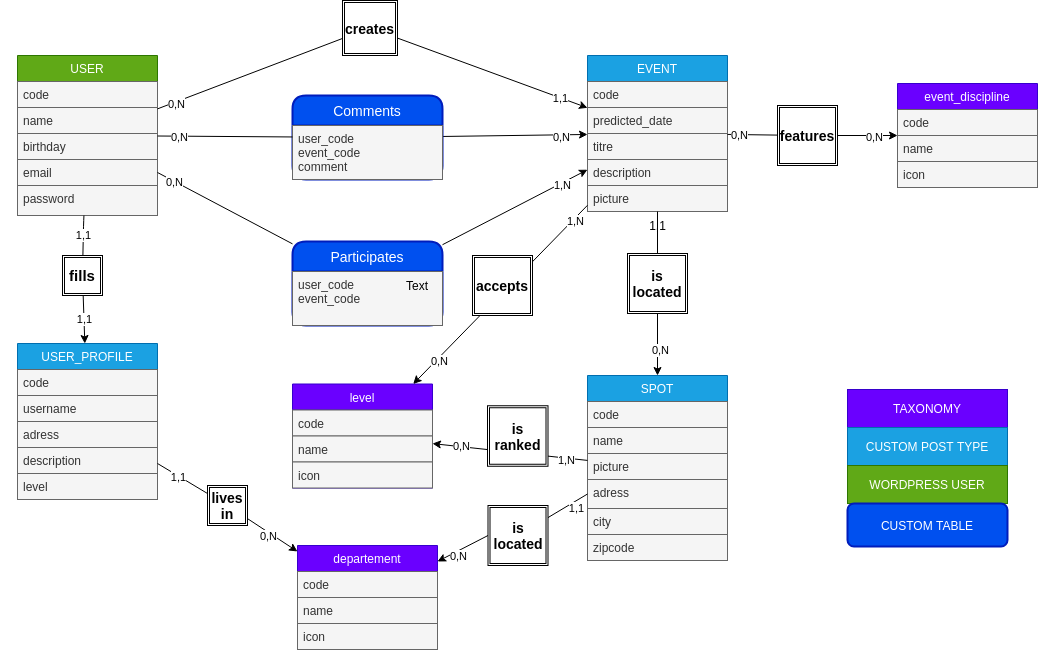
Earlier version of the draw.io export conception/mcdMVP2.png (sarahBarbotin/mirror-hotspot). Source tidied: cells renumbered, new cells last; positions are measured from the earlier drawing's top-left corner, leaving out a move shared by most shapes.
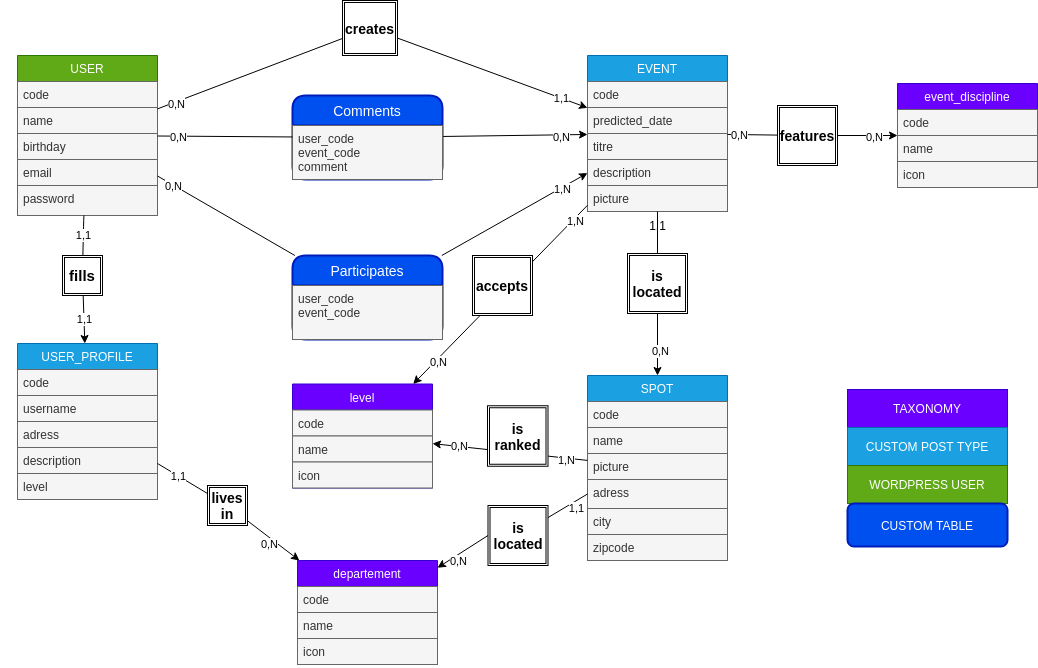
After the change.

Commit message:
s-docs-conception-mcd mvp v3 chore

What changed in the source:
```diff
@@ -93,7 +93,7 @@
       <mxGeometry x="0.64" y="-1" relative="1" as="geometry" />
     </mxCell>
     <mxCell id="31" value="Participates" style="swimlane;horizontal=1;startSize=30;rounded=1;fontSize=14;fontStyle=0;strokeWidth=2;shadow=0;dashed=0;align=center;fillColor=#0050ef;strokeColor=#001DBC;fontColor=#ffffff;" parent="1" vertex="1">
-      <mxGeometry x="285" y="241" width="150" height="84" as="geometry" />
+      <mxGeometry x="285" y="255" width="150" height="84" as="geometry" />
     </mxCell>
     <mxCell id="32" value="user_code&#10;event_code" style="align=left;strokeColor=#666666;fillColor=#f5f5f5;spacingLeft=4;fontSize=12;verticalAlign=top;fontColor=#333333;" parent="31" vertex="1">
       <mxGeometry y="30" width="150" height="54" as="geometry" />
@@ -190,7 +190,7 @@
       </mxGeometry>
     </mxCell>
     <mxCell id="60" value="departement" style="swimlane;fontStyle=0;horizontal=1;startSize=26;fillColor=#6a00ff;strokeColor=#3700CC;fontColor=#ffffff;" parent="1" vertex="1">
-      <mxGeometry x="290" y="545" width="140" height="104" as="geometry" />
+      <mxGeometry x="290" y="560" width="140" height="104" as="geometry" />
     </mxCell>
     <mxCell id="61" value="code" style="text;strokeColor=#666666;fillColor=#f5f5f5;align=left;verticalAlign=top;spacingLeft=4;spacingRight=4;overflow=hidden;fontColor=#333333;" parent="60" vertex="1">
       <mxGeometry y="26" width="140" height="26" as="geometry" />
@@ -226,9 +226,6 @@
     <mxCell id="70" value="0,N" style="edgeLabel;html=1;align=center;verticalAlign=middle;" parent="68" vertex="1">
       <mxGeometry x="0.65" y="-1" relative="1" as="geometry" />
     </mxCell>
-    <mxCell id="71" value="Text" style="text;html=1;strokeColor=none;fillColor=none;align=center;verticalAlign=middle;whiteSpace=wrap;rounded=0;" parent="1" vertex="1">
-      <mxGeometry x="390" y="275" width="40" height="20" as="geometry" />
-    </mxCell>
     <mxCell id="72" value="1,1" style="text;html=1;align=center;verticalAlign=middle;strokeColor=none;" parent="1" vertex="1">
       <mxGeometry x="635" y="215" width="30" height="20" as="geometry" />
     </mxCell>
```
